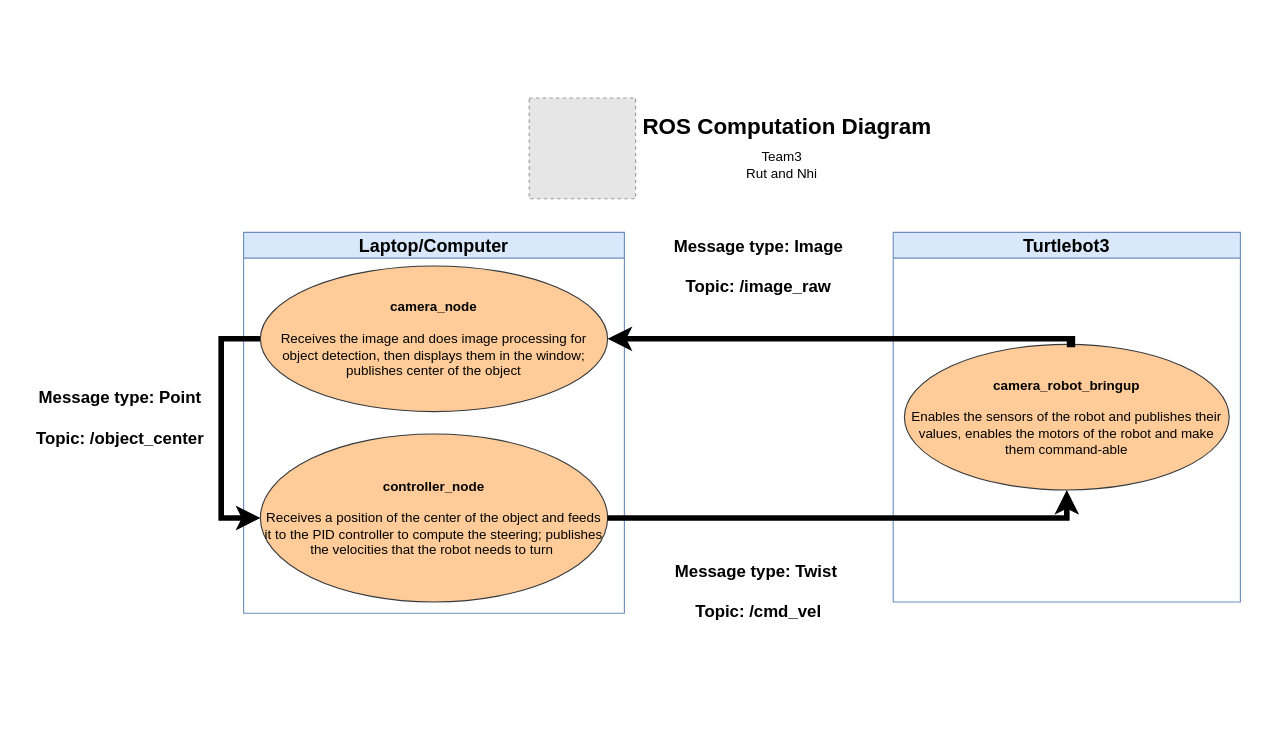
The draw.io diagram Lab2.drawio in NhiNguyencmt8/RoboResearch, before the edit. Source tidied: cells renumbered, new cells numbered last; positions are measured from the earlier drawing's top-left corner, leaving out a move shared by most shapes. Both pictures are drawn from the tidied source at 112%, with x=0, y=0 at pixel (30, 97). Pictures stored in the file or linked from it are replaced by grey dashed boxes.
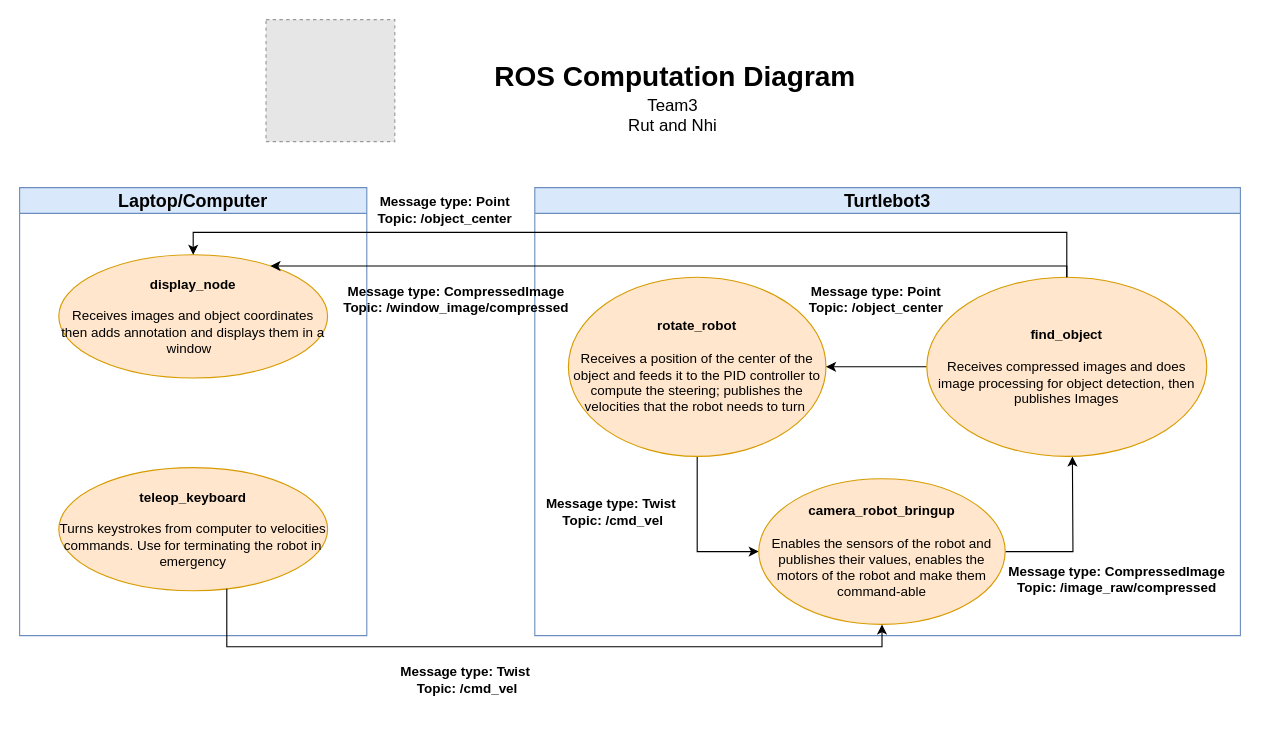
After the change.

Change to the diagram source:
```diff
@@
-    <mxCell id="2" value="ROS Computation Diagram" style="text;html=1;align=center;verticalAlign=middle;strokeColor=none;fillColor=none;fontStyle=1;fontSize=20;" parent="1" vertex="1">
-      <mxGeometry x="540" y="5" width="270" height="40" as="geometry" />
+    <mxCell id="2" value="ROS Computation Diagram" style="text;html=1;align=center;verticalAlign=middle;strokeColor=none;fillColor=none;fontStyle=1;fontSize=25;" parent="1" vertex="1">
+      <mxGeometry x="410" y="-40" width="330" height="40" as="geometry" />
     </mxCell>
-    <mxCell id="3" value="Team3&amp;nbsp;&lt;div&gt;Rut and Nhi&amp;nbsp;&lt;/div&gt;" style="text;html=1;align=center;verticalAlign=middle;whiteSpace=wrap;rounded=0;" parent="1" vertex="1">
-      <mxGeometry x="630" y="45" width="85" height="30" as="geometry" />
+    <mxCell id="3" value="Team3&amp;nbsp;&lt;div style=&quot;font-size: 15px;&quot;&gt;Rut and Nhi&lt;span style=&quot;background-color: initial; font-size: 15px;&quot;&gt;&amp;nbsp;&lt;/span&gt;&lt;/div&gt;" style="text;html=1;align=center;verticalAlign=middle;whiteSpace=wrap;rounded=0;fontSize=15;" parent="1" vertex="1">
+      <mxGeometry x="482.5" width="185" height="30" as="geometry" />
     </mxCell>
     <mxCell id="4" value="Laptop/Computer" style="swimlane;whiteSpace=wrap;html=1;fillColor=#dae8fc;strokeColor=#6c8ebf;fontSize=16;" parent="1" vertex="1">
-      <mxGeometry x="190" y="120" width="340" height="340" as="geometry" />
+      <mxGeometry x="-10" y="80" width="310" height="400" as="geometry" />
     </mxCell>
+    <mxCell id="16" value="&lt;div&gt;&lt;b&gt;display_node&lt;/b&gt;&lt;/div&gt;&lt;div&gt;&lt;b&gt;&lt;br&gt;&lt;/b&gt;&lt;/div&gt;&lt;div&gt;Receives images and object coordinates then adds annotation and displays them in a window&amp;nbsp;&amp;nbsp;&lt;/div&gt;" style="ellipse;whiteSpace=wrap;html=1;fillColor=#ffe6cc;strokeColor=#d79b00;" parent="4" vertex="1">
+      <mxGeometry x="35" y="60" width="240" height="110" as="geometry" />
+    </mxCell>
+    <mxCell id="17" value="&lt;div&gt;&lt;b&gt;teleop_keyboard&lt;/b&gt;&lt;/div&gt;&lt;div&gt;&lt;b&gt;&lt;br&gt;&lt;/b&gt;&lt;/div&gt;&lt;div&gt;Turns keystrokes from computer to velocities commands. Use for terminating the robot in emergency&lt;/div&gt;" style="ellipse;whiteSpace=wrap;html=1;fillColor=#ffe6cc;strokeColor=#d79b00;" parent="4" vertex="1">
+      <mxGeometry x="35" y="250" width="240" height="110" as="geometry" />
+    </mxCell>
+    <mxCell id="8" value="Turtlebot3" style="swimlane;whiteSpace=wrap;html=1;fillColor=#dae8fc;strokeColor=#6c8ebf;fontSize=16;" parent="1" vertex="1">
+      <mxGeometry x="450" y="80" width="630" height="400" as="geometry" />
+    </mxCell>
+    <mxCell id="18" style="group;" parent="8" vertex="1">
+      <mxGeometry x="-10" y="70" width="650" height="320" as="geometry" />
+    </mxCell>
+    <mxCell id="13" style="edgeStyle=orthogonalEdgeStyle;rounded=0;jettySize=auto;html=1;entryX=0;entryY=0.5;entryDx=0;entryDy=0;" parent="18" edge="1" source="5" target="9">
+      <mxGeometry relative="1" as="geometry" />
+    </mxCell>
-    <mxCell id="5" value="&lt;b&gt;controller_node&lt;/b&gt;&lt;div&gt;&lt;br&gt;&lt;/div&gt;&lt;div&gt;Receives a position of the center of the object and feeds it to the PID controller to compute the steering; publishes the velocities that the robot needs to turn&lt;span style=&quot;background-color: initial;&quot;&gt;&amp;nbsp;&lt;/span&gt;&lt;/div&gt;" style="ellipse;whiteSpace=wrap;html=1;fillColor=#ffcc99;strokeColor=#36393d;" parent="4" vertex="1">
-      <mxGeometry x="15" y="180" width="310" height="150" as="geometry" />
+    <mxCell id="5" value="&lt;div&gt;&lt;b&gt;rotate_robot&lt;/b&gt;&lt;/div&gt;&lt;div&gt;&lt;b&gt;&lt;br&gt;&lt;/b&gt;&lt;/div&gt;&lt;div&gt;Receives a position of the center of the object and feeds it to the PID controller to compute the steering; publishes the velocities that the robot needs to turn&lt;span style=&quot;background-color: initial;&quot;&gt;&amp;nbsp;&lt;/span&gt;&lt;/div&gt;" style="ellipse;whiteSpace=wrap;html=1;fillColor=#ffe6cc;strokeColor=#d79b00;" parent="18" vertex="1">
+      <mxGeometry x="40" y="10" width="230" height="160" as="geometry" />
     </mxCell>
+    <mxCell id="19" style="edgeStyle=orthogonalEdgeStyle;rounded=0;jettySize=auto;html=1;" parent="18" edge="1" source="9">
+      <mxGeometry relative="1" as="geometry">
+        <mxPoint x="490" y="170" as="targetPoint" />
+      </mxGeometry>
+    </mxCell>
+    <mxCell id="9" value="&lt;b&gt;camera_robot_bringup&lt;/b&gt;&lt;div&gt;&lt;br&gt;&lt;/div&gt;&lt;div&gt;Enables the sensors of the robot and publishes their values, enables the motors of the robot and make them command-able&lt;/div&gt;" style="ellipse;whiteSpace=wrap;html=1;fillColor=#ffe6cc;strokeColor=#d79b00;" parent="18" vertex="1">
+      <mxGeometry x="210" y="190" width="220" height="130" as="geometry" />
+    </mxCell>
-    <mxCell id="6" style="edgeStyle=orthogonalEdgeStyle;rounded=0;jettySize=auto;html=1;entryX=0;entryY=0.5;entryDx=0;entryDy=0;exitX=0;exitY=0.5;exitDx=0;exitDy=0;strokeWidth=5;" parent="4" edge="1" source="7" target="5">
-      <mxGeometry relative="1" as="geometry">
-        <Array as="points">
-          <mxPoint x="-20" y="95" />
-          <mxPoint x="-20" y="255" />
-        </Array>
-      </mxGeometry>
+    <mxCell id="6" style="edgeStyle=orthogonalEdgeStyle;rounded=0;jettySize=auto;html=1;entryX=1;entryY=0.5;entryDx=0;entryDy=0;" parent="18" edge="1" source="7" target="5">
+      <mxGeometry relative="1" as="geometry" />
     </mxCell>
-    <mxCell id="7" value="&lt;b&gt;camera_node&lt;/b&gt;&lt;br&gt;&lt;div&gt;&lt;br&gt;&lt;div&gt;Receives the image and does image processing for object detection, then displays them in the window; publishes center of the object&lt;/div&gt;&lt;/div&gt;" style="ellipse;whiteSpace=wrap;html=1;fillColor=#ffcc99;strokeColor=#36393d;" parent="4" vertex="1">
-      <mxGeometry x="15" y="30" width="310" height="130" as="geometry" />
+    <mxCell id="7" value="&lt;div&gt;&lt;b&gt;find_object&lt;/b&gt;&lt;/div&gt;&lt;div&gt;&lt;b&gt;&lt;br&gt;&lt;/b&gt;&lt;div&gt;Receives compressed images and does image processing for object detection, then publishes Images&lt;/div&gt;&lt;/div&gt;" style="ellipse;whiteSpace=wrap;html=1;fillColor=#ffe6cc;strokeColor=#d79b00;" parent="18" vertex="1">
+      <mxGeometry x="360" y="10" width="250" height="160" as="geometry" />
     </mxCell>
-    <mxCell id="8" value="Turtlebot3" style="swimlane;whiteSpace=wrap;html=1;fillColor=#dae8fc;strokeColor=#6c8ebf;fontSize=16;" parent="1" vertex="1">
-      <mxGeometry x="770" y="120" width="310" height="330" as="geometry" />
-    </mxCell>
-    <mxCell id="9" value="&lt;b&gt;camera_robot_bringup&lt;/b&gt;&lt;div&gt;&lt;br&gt;&lt;/div&gt;&lt;div&gt;Enables the sensors of the robot and publishes their values, enables the motors of the robot and make them command-able&lt;/div&gt;" style="ellipse;whiteSpace=wrap;html=1;fillColor=#ffcc99;strokeColor=#36393d;" parent="8" vertex="1">
-      <mxGeometry x="10" y="100" width="290" height="130" as="geometry" />
-    </mxCell>
-    <mxCell id="10" style="edgeStyle=orthogonalEdgeStyle;rounded=0;jettySize=auto;html=1;entryX=1;entryY=0.5;entryDx=0;entryDy=0;exitX=0.5;exitY=0;exitDx=0;exitDy=0;strokeWidth=5;" parent="1" edge="1" source="9" target="7">
-      <mxGeometry relative="1" as="geometry">
-        <Array as="points">
-          <mxPoint x="930" y="215" />
-        </Array>
-      </mxGeometry>
-    </mxCell>
-    <mxCell id="11" value="Message type: Image&lt;div style=&quot;font-size: 15px;&quot;&gt;&lt;br style=&quot;font-size: 15px;&quot;&gt;&lt;/div&gt;&lt;div style=&quot;font-size: 15px;&quot;&gt;Topic: /image_raw&lt;/div&gt;" style="text;html=1;align=center;verticalAlign=middle;whiteSpace=wrap;rounded=0;fontStyle=1;fontSize=15;" parent="1" vertex="1">
-      <mxGeometry x="570" y="120" width="160" height="60" as="geometry" />
+    <mxCell id="11" value="&lt;font style=&quot;font-size: 12px;&quot;&gt;Message type: CompressedImage&lt;/font&gt;&lt;div style=&quot;font-size: 12px;&quot;&gt;&lt;font style=&quot;font-size: 12px;&quot;&gt;Topic: /image_raw/compressed&lt;/font&gt;&lt;/div&gt;" style="text;html=1;align=center;verticalAlign=middle;whiteSpace=wrap;rounded=0;fontStyle=1;fontSize=11;spacing=-8;" parent="18" vertex="1">
+      <mxGeometry x="410" y="250" width="240" height="60" as="geometry" />
     </mxCell>
+    <mxCell id="14" value="Message type: Point&lt;div style=&quot;font-size: 12px;&quot;&gt;Topic: /object_center&lt;/div&gt;" style="text;html=1;align=center;verticalAlign=middle;whiteSpace=wrap;rounded=0;fontStyle=1;fontSize=12;" parent="18" vertex="1">
+      <mxGeometry x="235" width="160" height="60" as="geometry" />
+    </mxCell>
-    <mxCell id="12" value="Message type: Twist&amp;nbsp;&lt;div style=&quot;font-size: 15px;&quot;&gt;&lt;br style=&quot;font-size: 15px;&quot;&gt;&lt;/div&gt;&lt;div style=&quot;font-size: 15px;&quot;&gt;Topic: /cmd_vel&lt;/div&gt;" style="text;html=1;align=center;verticalAlign=middle;whiteSpace=wrap;rounded=0;fontStyle=1;fontSize=15;" parent="1" vertex="1">
-      <mxGeometry x="570" y="410" width="160" height="60" as="geometry" />
+    <mxCell id="12" value="Message type: Twist&amp;nbsp;&lt;div style=&quot;font-size: 12px;&quot;&gt;&lt;span style=&quot;background-color: initial; font-size: 12px;&quot;&gt;Topic: /cmd_vel&lt;/span&gt;&lt;br style=&quot;font-size: 12px;&quot;&gt;&lt;/div&gt;" style="text;html=1;align=center;verticalAlign=middle;whiteSpace=wrap;rounded=0;fontStyle=1;fontSize=12;" parent="18" vertex="1">
+      <mxGeometry y="190" width="160" height="60" as="geometry" />
     </mxCell>
-    <mxCell id="13" style="edgeStyle=orthogonalEdgeStyle;rounded=0;jettySize=auto;html=1;entryX=0.5;entryY=1;entryDx=0;entryDy=0;strokeWidth=5;" parent="1" edge="1" source="5" target="9">
-      <mxGeometry relative="1" as="geometry" />
-    </mxCell>
-    <mxCell id="14" value="Message type: Point&lt;div style=&quot;font-size: 15px;&quot;&gt;&lt;br style=&quot;font-size: 15px;&quot;&gt;&lt;/div&gt;&lt;div style=&quot;font-size: 15px;&quot;&gt;Topic: /object_center&lt;/div&gt;" style="text;html=1;align=center;verticalAlign=middle;whiteSpace=wrap;rounded=0;fontStyle=1;fontSize=15;" parent="1" vertex="1">
-      <mxGeometry y="255" width="160" height="60" as="geometry" />
-    </mxCell>
     <mxCell id="15" style="fillColor=#E6E6E6;strokeColor=#999999;dashed=1;verticalLabelPosition=bottom;labelBackgroundColor=default;verticalAlign=top;rotation=0;" parent="1" vertex="1">
-      <mxGeometry x="445" width="95" height="90" as="geometry" />
+      <mxGeometry x="210" y="-70" width="115" height="109" as="geometry" />
     </mxCell>
+    <mxCell id="20" style="edgeStyle=orthogonalEdgeStyle;rounded=0;jettySize=auto;html=1;entryX=0.5;entryY=0;entryDx=0;entryDy=0;" parent="1" edge="1" source="7" target="16">
+      <mxGeometry relative="1" as="geometry">
+        <Array as="points">
+          <mxPoint x="925" y="120" />
+          <mxPoint x="145" y="120" />
+        </Array>
+      </mxGeometry>
+    </mxCell>
+    <mxCell id="21" value="&lt;font style=&quot;font-size: 12px;&quot;&gt;Message type: CompressedImage&lt;/font&gt;&lt;div style=&quot;font-size: 12px;&quot;&gt;&lt;font style=&quot;font-size: 12px;&quot;&gt;Topic: /window_image/compressed&lt;/font&gt;&lt;/div&gt;" style="text;html=1;align=center;verticalAlign=middle;whiteSpace=wrap;rounded=0;fontStyle=1;fontSize=12;spacing=-8;" parent="1" vertex="1">
+      <mxGeometry x="260" y="150" width="240" height="60" as="geometry" />
+    </mxCell>
+    <mxCell id="22" style="edgeStyle=orthogonalEdgeStyle;rounded=0;jettySize=auto;html=1;entryX=0.5;entryY=1;entryDx=0;entryDy=0;" parent="1" edge="1" source="17" target="9">
+      <mxGeometry relative="1" as="geometry">
+        <Array as="points">
+          <mxPoint x="175" y="490" />
+          <mxPoint x="760" y="490" />
+        </Array>
+      </mxGeometry>
+    </mxCell>
+    <mxCell id="23" value="Message type: Twist&amp;nbsp;&lt;div style=&quot;font-size: 12px;&quot;&gt;&lt;span style=&quot;background-color: initial; font-size: 12px;&quot;&gt;Topic: /cmd_vel&lt;/span&gt;&lt;br style=&quot;font-size: 12px;&quot;&gt;&lt;/div&gt;" style="text;html=1;align=center;verticalAlign=middle;whiteSpace=wrap;rounded=0;fontStyle=1;fontSize=12;" parent="1" vertex="1">
+      <mxGeometry x="310" y="490" width="160" height="60" as="geometry" />
+    </mxCell>
+    <mxCell id="24" value="Message type: Point&lt;div style=&quot;font-size: 12px;&quot;&gt;Topic: /object_center&lt;/div&gt;" style="text;html=1;align=center;verticalAlign=middle;whiteSpace=wrap;rounded=0;fontStyle=1;fontSize=12;" parent="1" vertex="1">
+      <mxGeometry x="290" y="70" width="160" height="60" as="geometry" />
+    </mxCell>
+    <mxCell id="25" style="edgeStyle=orthogonalEdgeStyle;rounded=0;jettySize=auto;html=1;" parent="1" edge="1" source="7" target="16">
+      <mxGeometry relative="1" as="geometry">
+        <Array as="points">
+          <mxPoint x="925" y="150" />
+        </Array>
+      </mxGeometry>
+    </mxCell>
```
